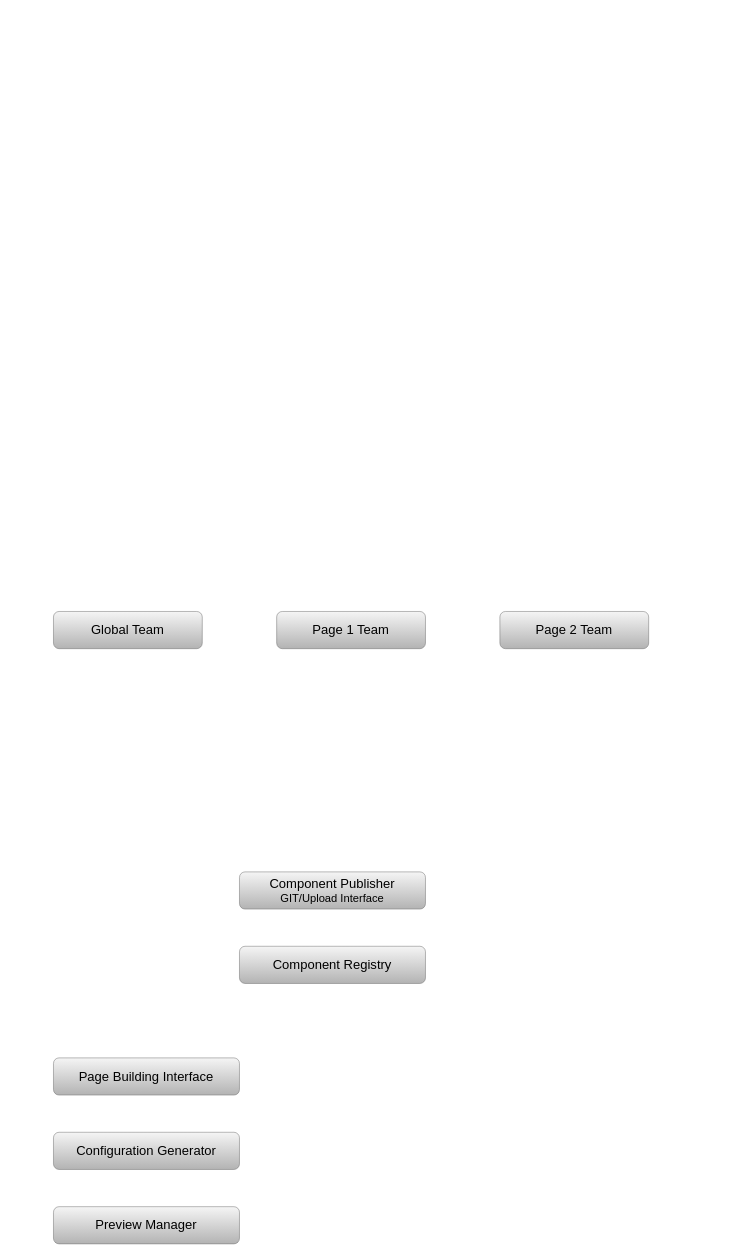
The draw.io diagram LOW-CODE-NO-CODE.drawio in ssharifdev/draw.io, before the edit. Source tidied: cells renumbered, new cells numbered last; positions are measured from the earlier drawing's top-left corner, leaving out a move shared by most shapes. Both pictures are drawn from the tidied source at 93%, with x=0, y=0 at pixel (53, 611).
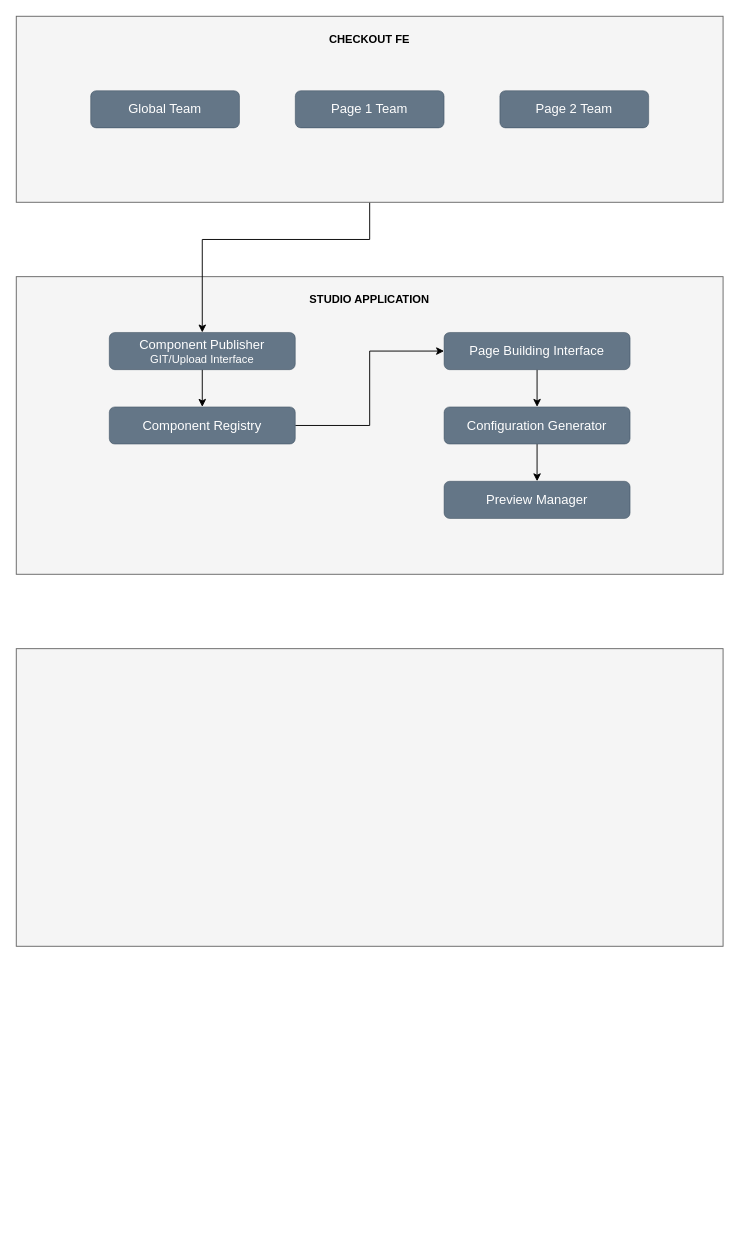
The same page after the edit.

The edit, as a diff of the source:
```diff
@@
+    <mxCell id="10" style="rounded=0;whiteSpace=wrap;html=1;fillColor=#f5f5f5;fontColor=#333333;strokeColor=#666666;" parent="1" vertex="1">
+      <mxGeometry x="-40" y="40" width="760" height="320" as="geometry" />
+    </mxCell>
+    <mxCell id="11" style="rounded=0;whiteSpace=wrap;html=1;fillColor=#f5f5f5;fontColor=#333333;strokeColor=#666666;" parent="1" vertex="1">
+      <mxGeometry x="-40" y="-360" width="760" height="320" as="geometry" />
+    </mxCell>
+    <mxCell id="12" style="edgeStyle=orthogonalEdgeStyle;rounded=0;jettySize=auto;html=1;entryX=0.5;entryY=0;entryDx=0;entryDy=0;" parent="1" edge="1" source="13" target="6">
+      <mxGeometry relative="1" as="geometry">
+        <Array as="points">
+          <mxPoint x="340" y="-400" />
+          <mxPoint x="160" y="-400" />
+        </Array>
+      </mxGeometry>
+    </mxCell>
+    <mxCell id="13" style="rounded=0;whiteSpace=wrap;html=1;fillColor=#f5f5f5;fontColor=#333333;strokeColor=#666666;" parent="1" vertex="1">
+      <mxGeometry x="-40" y="-640" width="760" height="200" as="geometry" />
+    </mxCell>
+    <mxCell id="14" style="edgeStyle=orthogonalEdgeStyle;rounded=0;jettySize=auto;html=1;entryX=0.5;entryY=0;entryDx=0;entryDy=0;" parent="1" edge="1" source="2" target="3">
+      <mxGeometry relative="1" as="geometry" />
+    </mxCell>
-    <mxCell id="2" value="Page Building Interface" style="rounded=1;whiteSpace=wrap;html=1;fillColor=#f5f5f5;gradientColor=#b3b3b3;strokeColor=#666666;strokeWidth=0.5;fontSize=14;" parent="1" vertex="1">
-      <mxGeometry y="480" width="200" height="40" as="geometry" />
+    <mxCell id="2" value="Page Building Interface" style="rounded=1;whiteSpace=wrap;html=1;fillColor=#647687;strokeColor=#314354;strokeWidth=0.5;fontSize=14;fontColor=#ffffff;" parent="1" vertex="1">
+      <mxGeometry x="420" y="-300" width="200" height="40" as="geometry" />
     </mxCell>
+    <mxCell id="15" style="edgeStyle=orthogonalEdgeStyle;rounded=0;jettySize=auto;html=1;entryX=0.5;entryY=0;entryDx=0;entryDy=0;" parent="1" edge="1" source="3" target="4">
+      <mxGeometry relative="1" as="geometry" />
+    </mxCell>
-    <mxCell id="3" value="Configuration Generator" style="rounded=1;whiteSpace=wrap;html=1;fillColor=#f5f5f5;gradientColor=#b3b3b3;strokeColor=#666666;strokeWidth=0.5;fontSize=14;" parent="1" vertex="1">
-      <mxGeometry y="560" width="200" height="40" as="geometry" />
+    <mxCell id="3" value="Configuration Generator" style="rounded=1;whiteSpace=wrap;html=1;fillColor=#647687;strokeColor=#314354;strokeWidth=0.5;fontSize=14;fontColor=#ffffff;" parent="1" vertex="1">
+      <mxGeometry x="420" y="-220" width="200" height="40" as="geometry" />
     </mxCell>
-    <mxCell id="4" value="Preview Manager" style="rounded=1;whiteSpace=wrap;html=1;fillColor=#f5f5f5;gradientColor=#b3b3b3;strokeColor=#666666;strokeWidth=0.5;fontSize=14;" parent="1" vertex="1">
-      <mxGeometry y="640" width="200" height="40" as="geometry" />
+    <mxCell id="4" value="Preview Manager" style="rounded=1;whiteSpace=wrap;html=1;fillColor=#647687;strokeColor=#314354;strokeWidth=0.5;fontSize=14;fontColor=#ffffff;" parent="1" vertex="1">
+      <mxGeometry x="420" y="-140" width="200" height="40" as="geometry" />
     </mxCell>
+    <mxCell id="16" style="edgeStyle=orthogonalEdgeStyle;rounded=0;jettySize=auto;html=1;entryX=0;entryY=0.5;entryDx=0;entryDy=0;" parent="1" edge="1" source="5" target="2">
+      <mxGeometry relative="1" as="geometry" />
+    </mxCell>
-    <mxCell id="5" value="Component Registry" style="rounded=1;whiteSpace=wrap;html=1;fillColor=#f5f5f5;strokeColor=#666666;gradientColor=#b3b3b3;strokeWidth=0.5;fontSize=14;" parent="1" vertex="1">
-      <mxGeometry x="200" y="360" width="200" height="40" as="geometry" />
+    <mxCell id="5" value="Component Registry" style="rounded=1;whiteSpace=wrap;html=1;fillColor=#647687;strokeColor=#314354;strokeWidth=0.5;fontSize=14;fontColor=#ffffff;" parent="1" vertex="1">
+      <mxGeometry x="60" y="-220" width="200" height="40" as="geometry" />
     </mxCell>
+    <mxCell id="17" style="edgeStyle=orthogonalEdgeStyle;rounded=0;jettySize=auto;html=1;entryX=0.5;entryY=0;entryDx=0;entryDy=0;" parent="1" edge="1" source="6" target="5">
+      <mxGeometry relative="1" as="geometry" />
+    </mxCell>
-    <mxCell id="6" value="&lt;font style=&quot;font-size: 14px;&quot;&gt;Component Publisher&lt;/font&gt;&lt;br&gt;GIT/Upload Interface" style="rounded=1;whiteSpace=wrap;html=1;fillColor=#f5f5f5;strokeColor=#666666;gradientColor=#b3b3b3;strokeWidth=0.5;" parent="1" vertex="1">
-      <mxGeometry x="200" y="280" width="200" height="40" as="geometry" />
+    <mxCell id="6" value="&lt;font style=&quot;font-size: 14px;&quot;&gt;Component Publisher&lt;/font&gt;&lt;br&gt;GIT/Upload Interface" style="rounded=1;whiteSpace=wrap;html=1;fillColor=#647687;strokeColor=#314354;strokeWidth=0.5;fontColor=#ffffff;" parent="1" vertex="1">
+      <mxGeometry x="60" y="-300" width="200" height="40" as="geometry" />
     </mxCell>
-    <mxCell id="7" value="Page 1 Team" style="rounded=1;whiteSpace=wrap;html=1;fillColor=#f5f5f5;strokeColor=#666666;gradientColor=#b3b3b3;strokeWidth=0.5;fontSize=14;" parent="1" vertex="1">
-      <mxGeometry x="240" width="160" height="40" as="geometry" />
+    <mxCell id="7" value="Page 1 Team" style="rounded=1;whiteSpace=wrap;html=1;fillColor=#647687;strokeColor=#314354;strokeWidth=0.5;fontSize=14;fontColor=#ffffff;" parent="1" vertex="1">
+      <mxGeometry x="260" y="-560" width="160" height="40" as="geometry" />
     </mxCell>
-    <mxCell id="8" value="Page 2 Team" style="rounded=1;whiteSpace=wrap;html=1;fillColor=#f5f5f5;strokeColor=#666666;gradientColor=#b3b3b3;strokeWidth=0.5;fontSize=14;" parent="1" vertex="1">
-      <mxGeometry x="480" width="160" height="40" as="geometry" />
+    <mxCell id="8" value="Page 2 Team" style="rounded=1;whiteSpace=wrap;html=1;fillColor=#647687;strokeColor=#314354;strokeWidth=0.5;fontSize=14;fontColor=#ffffff;" parent="1" vertex="1">
+      <mxGeometry x="480" y="-560" width="160" height="40" as="geometry" />
     </mxCell>
-    <mxCell id="9" value="Global Team" style="rounded=1;whiteSpace=wrap;html=1;fillColor=#f5f5f5;strokeColor=#666666;gradientColor=#b3b3b3;strokeWidth=0.5;fontSize=14;" parent="1" vertex="1">
-      <mxGeometry width="160" height="40" as="geometry" />
+    <mxCell id="9" value="Global Team" style="rounded=1;whiteSpace=wrap;html=1;fillColor=#647687;strokeColor=#314354;strokeWidth=0.5;fontSize=14;fontColor=#ffffff;" parent="1" vertex="1">
+      <mxGeometry x="40" y="-560" width="160" height="40" as="geometry" />
     </mxCell>
+    <mxCell id="18" value="&lt;b&gt;CHECKOUT FE&lt;/b&gt;" style="text;html=1;align=center;verticalAlign=middle;whiteSpace=wrap;rounded=0;" parent="1" vertex="1">
+      <mxGeometry x="240" y="-630" width="200" height="30" as="geometry" />
+    </mxCell>
+    <mxCell id="19" value="&lt;b&gt;STUDIO APPLICATION&lt;/b&gt;" style="text;html=1;align=center;verticalAlign=middle;whiteSpace=wrap;rounded=0;" parent="1" vertex="1">
+      <mxGeometry x="240" y="-350" width="200" height="30" as="geometry" />
+    </mxCell>
```
